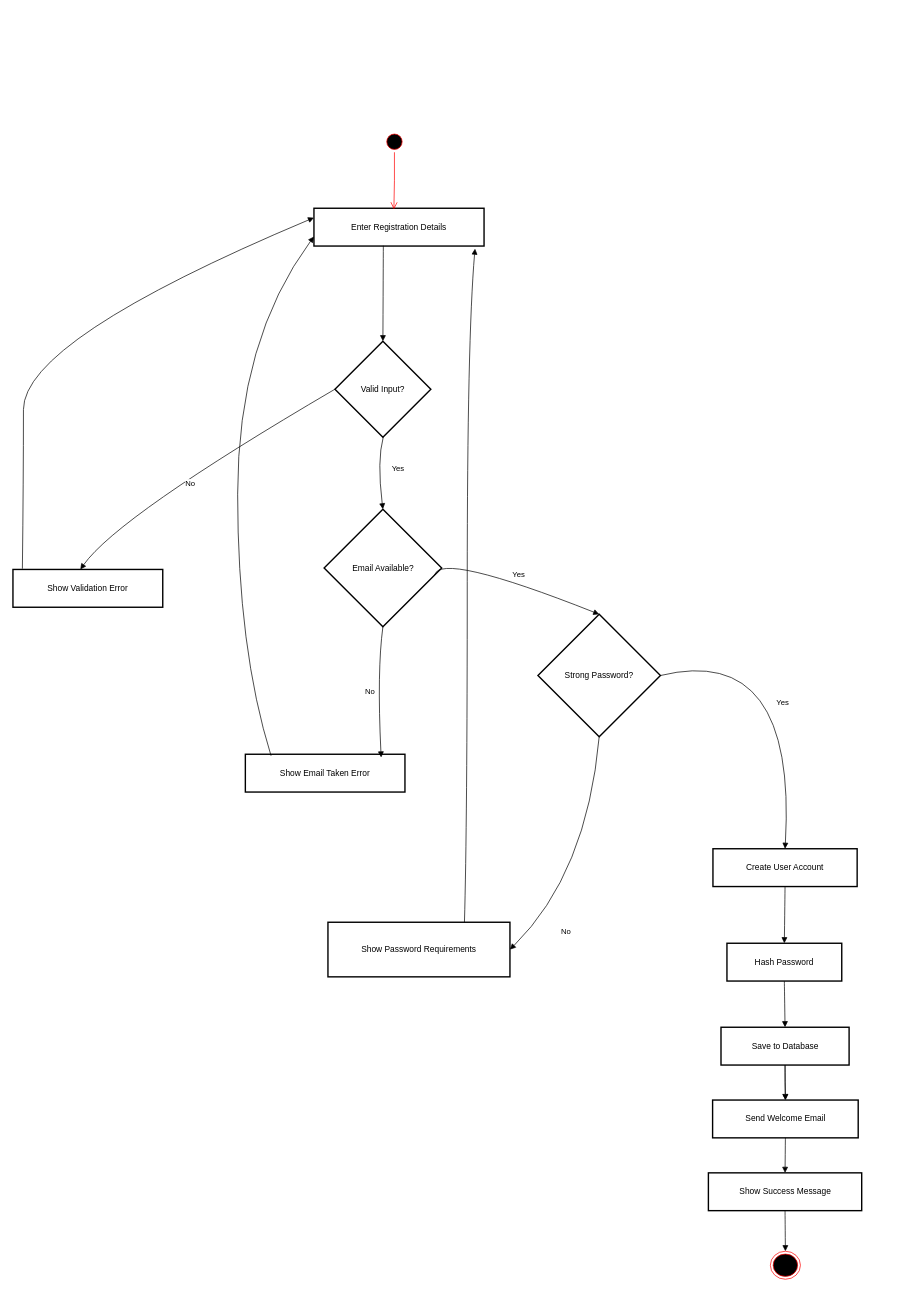
lujamanandhar/FYP keeps this draw.io diagram as documents/Artifact Diagrams/User Management/UserManagement_Activity.drawio. Above is the earlier version. Source tidied: cells renumbered, new cells numbered last; positions are measured from the earlier drawing's top-left corner, leaving out a move shared by most shapes. Both pictures are drawn from the tidied source at 70%, with x=0, y=0 at pixel (13, 131).
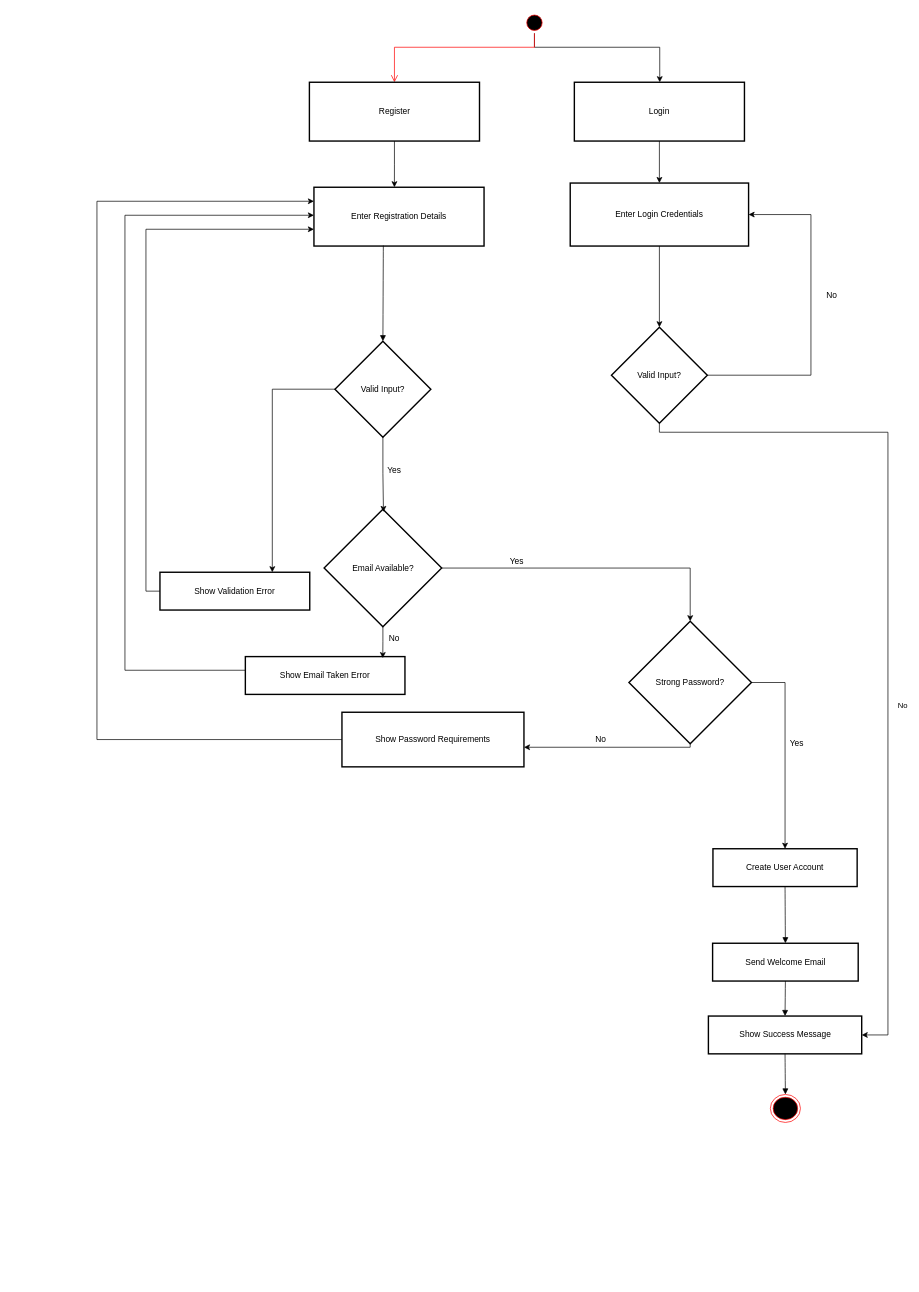
The same page after the edit.

Unchanged cells that the change refers to:
```xml
<mxCell id="3" value="Valid Input?" style="rhombus;strokeWidth=2;whiteSpace=wrap;" parent="1" vertex="1">
  <mxGeometry x="460" y="300" width="137" height="137" as="geometry" />
</mxCell>
<mxCell id="5" value="Email Available?" style="rhombus;strokeWidth=2;whiteSpace=wrap;" parent="1" vertex="1">
  <mxGeometry x="444.5" y="540" width="168" height="168" as="geometry" />
</mxCell>
<mxCell id="9" value="Create User Account" style="whiteSpace=wrap;strokeWidth=2;" parent="1" vertex="1">
  <mxGeometry x="1000" y="1025" width="206" height="54" as="geometry" />
</mxCell>
```

The edit, as a diff of the source:
```diff
@@
     <mxCell id="2" value="Enter Registration Details" style="whiteSpace=wrap;strokeWidth=2;" parent="1" vertex="1">
-      <mxGeometry x="430" y="110" width="243" height="54" as="geometry" />
+      <mxGeometry x="430" y="80" width="243" height="84" as="geometry" />
     </mxCell>
+    <mxCell id="16" style="edgeStyle=orthogonalEdgeStyle;rounded=0;jettySize=auto;html=1;entryX=0.75;entryY=0;entryDx=0;entryDy=0;" parent="1" edge="1" source="3" target="4">
+      <mxGeometry relative="1" as="geometry" />
+    </mxCell>
@@
+    <mxCell id="33" style="edgeStyle=orthogonalEdgeStyle;rounded=0;jettySize=auto;html=1;entryX=-0.004;entryY=0.714;entryDx=0;entryDy=0;entryPerimeter=0;exitX=0;exitY=0.5;exitDx=0;exitDy=0;" parent="1" edge="1" source="4">
+      <mxGeometry relative="1" as="geometry">
+        <mxPoint x="430" y="140" as="targetPoint" />
+        <Array as="points">
+          <mxPoint x="190" y="657" />
+          <mxPoint x="190" y="140" />
+        </Array>
+      </mxGeometry>
+    </mxCell>
     <mxCell id="4" value="Show Validation Error" style="whiteSpace=wrap;strokeWidth=2;" parent="1" vertex="1">
-      <mxGeometry y="626" width="214" height="54" as="geometry" />
+      <mxGeometry x="210" y="630" width="214" height="54" as="geometry" />
     </mxCell>
+    <mxCell id="21" style="edgeStyle=orthogonalEdgeStyle;rounded=0;jettySize=auto;html=1;entryX=0.5;entryY=0;entryDx=0;entryDy=0;" parent="1" edge="1" source="5" target="7">
+      <mxGeometry relative="1" as="geometry" />
+    </mxCell>
@@
+    <mxCell id="20" style="edgeStyle=orthogonalEdgeStyle;rounded=0;jettySize=auto;html=1;" parent="1" edge="1" source="6" target="2">
+      <mxGeometry relative="1" as="geometry">
+        <Array as="points">
+          <mxPoint x="160" y="770" />
+          <mxPoint x="160" y="120" />
+        </Array>
+      </mxGeometry>
+    </mxCell>
     <mxCell id="6" value="Show Email Taken Error" style="whiteSpace=wrap;strokeWidth=2;" parent="1" vertex="1">
-      <mxGeometry x="332" y="890" width="228" height="54" as="geometry" />
+      <mxGeometry x="332" y="750.5" width="228" height="54" as="geometry" />
     </mxCell>
+    <mxCell id="24" style="edgeStyle=orthogonalEdgeStyle;rounded=0;jettySize=auto;html=1;entryX=0.5;entryY=0;entryDx=0;entryDy=0;" parent="1" edge="1" source="7" target="9">
+      <mxGeometry relative="1" as="geometry">
+        <Array as="points">
+          <mxPoint x="1103" y="787" />
+        </Array>
+      </mxGeometry>
+    </mxCell>
     <mxCell id="7" value="Strong Password?" style="rhombus;strokeWidth=2;whiteSpace=wrap;" parent="1" vertex="1">
-      <mxGeometry x="750" y="690" width="175" height="175" as="geometry" />
+      <mxGeometry x="880" y="700" width="175" height="175" as="geometry" />
     </mxCell>
+    <mxCell id="23" style="edgeStyle=orthogonalEdgeStyle;rounded=0;jettySize=auto;html=1;" parent="1" edge="1" source="8" target="2">
+      <mxGeometry relative="1" as="geometry">
+        <Array as="points">
+          <mxPoint x="120" y="869" />
+          <mxPoint x="120" y="100" />
+        </Array>
+      </mxGeometry>
+    </mxCell>
     <mxCell id="8" value="Show Password Requirements" style="whiteSpace=wrap;strokeWidth=2;" parent="1" vertex="1">
-      <mxGeometry x="450" y="1130" width="260" height="78" as="geometry" />
+      <mxGeometry x="470" y="830" width="260" height="78" as="geometry" />
     </mxCell>
@@
-    <mxCell id="10" value="Hash Password" style="whiteSpace=wrap;strokeWidth=2;" parent="1" vertex="1">
-      <mxGeometry x="1020" y="1160" width="164" height="54" as="geometry" />
-    </mxCell>
-    <mxCell id="11" style="edgeStyle=orthogonalEdgeStyle;rounded=0;jettySize=auto;html=1;" parent="1" edge="1" source="12" target="13">
-      <mxGeometry relative="1" as="geometry" />
-    </mxCell>
-    <mxCell id="12" value="Save to Database" style="whiteSpace=wrap;strokeWidth=2;" parent="1" vertex="1">
-      <mxGeometry x="1011.5" y="1280" width="183" height="54" as="geometry" />
-    </mxCell>
     <mxCell id="13" value="Send Welcome Email" style="whiteSpace=wrap;strokeWidth=2;" parent="1" vertex="1">
-      <mxGeometry x="999.5" y="1384" width="208" height="54" as="geometry" />
+      <mxGeometry x="999.5" y="1160" width="208" height="54" as="geometry" />
     </mxCell>
     <mxCell id="14" value="Show Success Message" style="whiteSpace=wrap;strokeWidth=2;" parent="1" vertex="1">
-      <mxGeometry x="993.5" y="1488" width="219" height="54" as="geometry" />
+      <mxGeometry x="993.5" y="1264" width="219" height="54" as="geometry" />
     </mxCell>
@@
-    <mxCell id="16" value="No" style="curved=1;startArrow=none;endArrow=block;exitX=0;exitY=0.5;entryX=0.45;entryY=0;rounded=0;exitDx=0;exitDy=0;" parent="1" edge="1" source="3" target="4">
-      <mxGeometry x="0.09" y="12" relative="1" as="geometry">
-        <Array as="points">
-          <mxPoint x="150" y="550" />
-        </Array>
-      </mxGeometry>
-    </mxCell>
-    <mxCell id="17" style="curved=1;startArrow=none;endArrow=block;exitX=0.063;exitY=-0.019;entryX=0;entryY=0.25;rounded=0;exitDx=0;exitDy=0;exitPerimeter=0;entryDx=0;entryDy=0;" parent="1" edge="1" source="4" target="2">
-      <mxGeometry relative="1" as="geometry">
-        <Array as="points">
-          <mxPoint x="15" y="497" />
-          <mxPoint x="15" y="298" />
-        </Array>
-      </mxGeometry>
-    </mxCell>
-    <mxCell id="18" value="Yes" style="curved=1;startArrow=none;endArrow=block;entryX=0.5;entryY=0;rounded=0;" parent="1" edge="1" target="5">
-      <mxGeometry x="-0.09" y="29" relative="1" as="geometry">
-        <mxPoint x="529" y="437" as="sourcePoint" />
-        <Array as="points">
-          <mxPoint x="520" y="470" />
-        </Array>
-        <mxPoint y="1" as="offset" />
-      </mxGeometry>
-    </mxCell>
-    <mxCell id="19" value="No" style="curved=1;startArrow=none;endArrow=block;exitX=0.5;exitY=1;entryX=0.851;entryY=0.084;rounded=0;entryDx=0;entryDy=0;entryPerimeter=0;" parent="1" edge="1" source="5" target="6">
-      <mxGeometry x="-0.02" y="-11" relative="1" as="geometry">
-        <Array as="points">
-          <mxPoint x="520" y="770" />
-        </Array>
-      </mxGeometry>
-    </mxCell>
-    <mxCell id="20" style="curved=1;startArrow=none;endArrow=block;exitX=0.161;exitY=0.041;entryX=0;entryY=0.75;rounded=0;exitDx=0;exitDy=0;exitPerimeter=0;entryDx=0;entryDy=0;" parent="1" edge="1" source="6" target="2">
-      <mxGeometry relative="1" as="geometry">
-        <Array as="points">
-          <mxPoint x="321" y="739" />
-          <mxPoint x="321" y="298" />
-        </Array>
-      </mxGeometry>
-    </mxCell>
-    <mxCell id="21" value="Yes" style="curved=1;startArrow=none;endArrow=block;exitX=0.94;exitY=0.56;entryX=0.5;entryY=0;rounded=0;exitDx=0;exitDy=0;exitPerimeter=0;" parent="1" edge="1" source="5" target="7">
-      <mxGeometry x="0.09" y="11" relative="1" as="geometry">
-        <Array as="points">
-          <mxPoint x="610" y="600" />
-        </Array>
-      </mxGeometry>
-    </mxCell>
-    <mxCell id="22" value="No" style="curved=1;startArrow=none;endArrow=block;exitX=0.5;exitY=1;entryX=1;entryY=0.5;rounded=0;entryDx=0;entryDy=0;" parent="1" edge="1" source="7" target="8">
-      <mxGeometry x="0.57" y="38" relative="1" as="geometry">
-        <Array as="points">
-          <mxPoint x="820" y="1060" />
-        </Array>
-      </mxGeometry>
-    </mxCell>
-    <mxCell id="23" style="curved=1;startArrow=none;endArrow=block;exitX=0.75;exitY=0;entryX=0.947;entryY=1.069;rounded=0;entryDx=0;entryDy=0;entryPerimeter=0;" parent="1" edge="1" source="8" target="2">
-      <mxGeometry relative="1" as="geometry">
-        <Array as="points">
-          <mxPoint x="649" y="988" />
-          <mxPoint x="649" y="298" />
-        </Array>
-      </mxGeometry>
-    </mxCell>
-    <mxCell id="24" value="Yes" style="curved=1;startArrow=none;endArrow=block;exitX=1;exitY=0.5;entryX=0.5;entryY=0.01;rounded=0;exitDx=0;exitDy=0;" parent="1" edge="1" source="7" target="9">
-      <mxGeometry x="0.16" y="-15" relative="1" as="geometry">
-        <Array as="points">
-          <mxPoint x="1120" y="730" />
-        </Array>
-      </mxGeometry>
-    </mxCell>
-    <mxCell id="25" style="curved=1;startArrow=none;endArrow=block;exitX=0.5;exitY=1.01;entryX=0.5;entryY=0.01;rounded=0;" parent="1" edge="1" source="9" target="10">
+    <mxCell id="25" style="curved=1;startArrow=none;endArrow=block;exitX=0.5;exitY=1.01;entryX=0.5;entryY=0;rounded=0;entryDx=0;entryDy=0;" parent="1" edge="1" source="9" target="13">
       <mxGeometry relative="1" as="geometry" />
     </mxCell>
-    <mxCell id="26" style="curved=1;startArrow=none;endArrow=block;exitX=0.5;exitY=1.01;entryX=0.5;entryY=0.01;rounded=0;" parent="1" edge="1" source="10" target="12">
-      <mxGeometry relative="1" as="geometry" />
-    </mxCell>
-    <mxCell id="27" style="curved=1;startArrow=none;endArrow=block;exitX=0.5;exitY=1.01;entryX=0.5;entryY=0.01;rounded=0;" parent="1" edge="1" source="12" target="13">
-      <mxGeometry relative="1" as="geometry" />
-    </mxCell>
@@
+    <mxCell id="34" style="edgeStyle=orthogonalEdgeStyle;rounded=0;jettySize=auto;html=1;" parent="1" edge="1" source="30" target="45">
+      <mxGeometry relative="1" as="geometry">
+        <Array as="points">
+          <mxPoint x="745" y="-120" />
+          <mxPoint x="924" y="-120" />
+        </Array>
+      </mxGeometry>
+    </mxCell>
     <mxCell id="30" style="ellipse;html=1;shape=startState;fillColor=#000000;strokeColor=#ff0000;" parent="1" vertex="1">
-      <mxGeometry x="530" width="30" height="30" as="geometry" />
+      <mxGeometry x="730" y="-170" width="30" height="30" as="geometry" />
     </mxCell>
-    <mxCell id="31" style="edgeStyle=orthogonalEdgeStyle;html=1;verticalAlign=bottom;endArrow=open;endSize=8;strokeColor=#ff0000;rounded=0;entryX=0.47;entryY=0.028;entryDx=0;entryDy=0;entryPerimeter=0;" parent="1" edge="1" source="30" target="2">
-      <mxGeometry relative="1" as="geometry" />
+    <mxCell id="31" style="edgeStyle=orthogonalEdgeStyle;html=1;verticalAlign=bottom;endArrow=open;endSize=8;strokeColor=light-dark(#ff0000, #ffffff);rounded=0;entryX=0.5;entryY=0;entryDx=0;entryDy=0;" parent="1" edge="1" source="30" target="42">
+      <mxGeometry relative="1" as="geometry">
+        <Array as="points">
+          <mxPoint x="745" y="-120" />
+          <mxPoint x="545" y="-120" />
+        </Array>
+      </mxGeometry>
     </mxCell>
     <mxCell id="32" style="ellipse;html=1;shape=endState;fillColor=#000000;strokeColor=#ff0000;" parent="1" vertex="1">
-      <mxGeometry x="1082" y="1600" width="43" height="40" as="geometry" />
+      <mxGeometry x="1082" y="1376" width="43" height="40" as="geometry" />
     </mxCell>
+    <mxCell id="35" style="edgeStyle=orthogonalEdgeStyle;rounded=0;jettySize=auto;html=1;entryX=0.505;entryY=0.023;entryDx=0;entryDy=0;entryPerimeter=0;" parent="1" edge="1" source="3" target="5">
+      <mxGeometry relative="1" as="geometry" />
+    </mxCell>
+    <mxCell id="36" value="Yes" style="text;html=1;whiteSpace=wrap;strokeColor=none;fillColor=none;align=center;verticalAlign=middle;rounded=0;" parent="1" vertex="1">
+      <mxGeometry x="515" y="470" width="60" height="30" as="geometry" />
+    </mxCell>
+    <mxCell id="19" style="edgeStyle=orthogonalEdgeStyle;rounded=0;jettySize=auto;html=1;entryX=0.861;entryY=0.04;entryDx=0;entryDy=0;entryPerimeter=0;" parent="1" edge="1" source="5" target="6">
+      <mxGeometry relative="1" as="geometry" />
+    </mxCell>
+    <mxCell id="37" value="No" style="text;html=1;whiteSpace=wrap;strokeColor=none;fillColor=none;align=center;verticalAlign=middle;rounded=0;" parent="1" vertex="1">
+      <mxGeometry x="515" y="710" width="60" height="30" as="geometry" />
+    </mxCell>
+    <mxCell id="38" value="Yes" style="text;html=1;whiteSpace=wrap;strokeColor=none;fillColor=none;align=center;verticalAlign=middle;rounded=0;" parent="1" vertex="1">
+      <mxGeometry x="690" y="600" width="60" height="30" as="geometry" />
+    </mxCell>
+    <mxCell id="39" style="edgeStyle=orthogonalEdgeStyle;rounded=0;jettySize=auto;html=1;" parent="1" edge="1" source="7">
+      <mxGeometry relative="1" as="geometry">
+        <mxPoint x="730" y="880" as="targetPoint" />
+        <Array as="points">
+          <mxPoint x="967" y="880" />
+          <mxPoint x="730" y="880" />
+        </Array>
+      </mxGeometry>
+    </mxCell>
+    <mxCell id="40" value="No" style="text;html=1;whiteSpace=wrap;strokeColor=none;fillColor=none;align=center;verticalAlign=middle;rounded=0;" parent="1" vertex="1">
+      <mxGeometry x="810" y="854" width="60" height="30" as="geometry" />
+    </mxCell>
+    <mxCell id="41" value="Yes" style="text;html=1;whiteSpace=wrap;strokeColor=none;fillColor=none;align=center;verticalAlign=middle;rounded=0;" parent="1" vertex="1">
+      <mxGeometry x="1090" y="860" width="60" height="30" as="geometry" />
+    </mxCell>
+    <mxCell id="42" value="Register" style="whiteSpace=wrap;strokeWidth=2;" parent="1" vertex="1">
+      <mxGeometry x="423.5" y="-70" width="243" height="84" as="geometry" />
+    </mxCell>
+    <mxCell id="43" style="edgeStyle=orthogonalEdgeStyle;rounded=0;jettySize=auto;html=1;entryX=0.473;entryY=0;entryDx=0;entryDy=0;entryPerimeter=0;" parent="1" edge="1" source="42" target="2">
+      <mxGeometry relative="1" as="geometry" />
+    </mxCell>
+    <mxCell id="44" style="edgeStyle=orthogonalEdgeStyle;rounded=0;jettySize=auto;html=1;" parent="1" edge="1" source="45" target="47">
+      <mxGeometry relative="1" as="geometry" />
+    </mxCell>
+    <mxCell id="45" value="Login" style="whiteSpace=wrap;strokeWidth=2;" parent="1" vertex="1">
+      <mxGeometry x="802" y="-70" width="243" height="84" as="geometry" />
+    </mxCell>
+    <mxCell id="46" style="edgeStyle=orthogonalEdgeStyle;rounded=0;jettySize=auto;html=1;entryX=0.5;entryY=0;entryDx=0;entryDy=0;" parent="1" edge="1" source="47" target="51">
+      <mxGeometry relative="1" as="geometry" />
+    </mxCell>
+    <mxCell id="47" value="Enter Login Credentials" style="whiteSpace=wrap;html=1;strokeWidth=2;" parent="1" vertex="1">
+      <mxGeometry x="796.1" y="74" width="254.8" height="90" as="geometry" />
+    </mxCell>
+    <mxCell id="48" style="edgeStyle=orthogonalEdgeStyle;rounded=0;jettySize=auto;html=1;entryX=1;entryY=0.5;entryDx=0;entryDy=0;" parent="1" edge="1" source="51" target="14">
+      <mxGeometry relative="1" as="geometry">
+        <Array as="points">
+          <mxPoint x="924" y="430" />
+          <mxPoint x="1250" y="430" />
+          <mxPoint x="1250" y="1291" />
+        </Array>
+      </mxGeometry>
+    </mxCell>
+    <mxCell id="49" value="No" style="edgeLabel;html=1;align=center;verticalAlign=middle;" parent="48" vertex="1">
+      <mxGeometry x="0.16" y="5" relative="1" as="geometry">
+        <mxPoint x="15" y="11" as="offset" />
+      </mxGeometry>
+    </mxCell>
+    <mxCell id="50" style="edgeStyle=orthogonalEdgeStyle;rounded=0;jettySize=auto;html=1;entryX=1;entryY=0.5;entryDx=0;entryDy=0;" parent="1" edge="1" source="51" target="47">
+      <mxGeometry relative="1" as="geometry">
+        <Array as="points">
+          <mxPoint x="1140" y="349" />
+          <mxPoint x="1140" y="119" />
+        </Array>
+      </mxGeometry>
+    </mxCell>
+    <mxCell id="51" value="Valid Input?" style="rhombus;strokeWidth=2;whiteSpace=wrap;" parent="1" vertex="1">
+      <mxGeometry x="855" y="280" width="137" height="137" as="geometry" />
+    </mxCell>
+    <mxCell id="52" value="No" style="text;html=1;whiteSpace=wrap;strokeColor=none;fillColor=none;align=center;verticalAlign=middle;rounded=0;" parent="1" vertex="1">
+      <mxGeometry x="1140" y="220" width="60" height="30" as="geometry" />
+    </mxCell>
```
